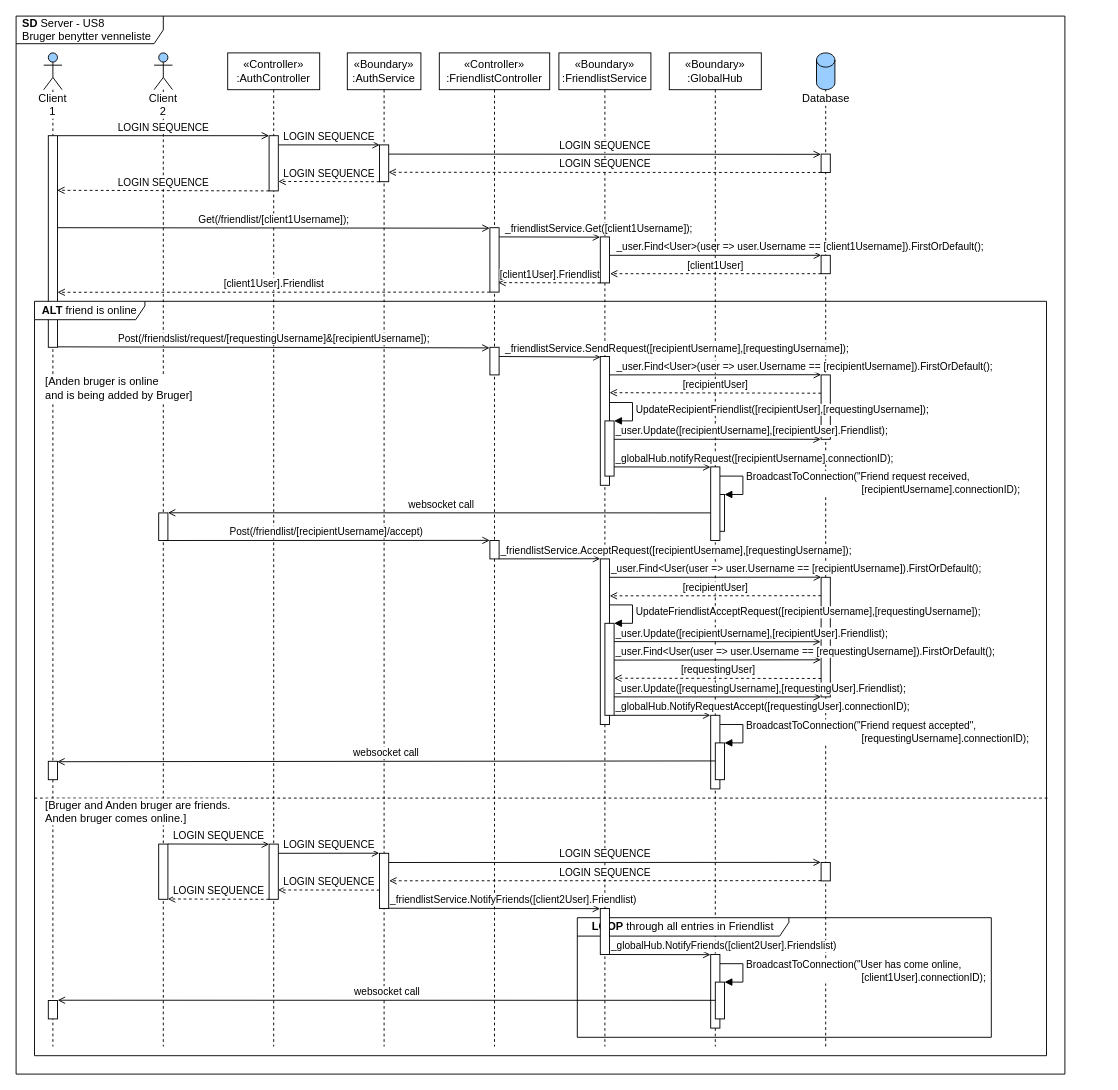
The draw.io diagram page "SD-Server" (2 of 2) of diagrams/arkitektur/US8_friendslist.drawio in Macradon/I7BAC-PlugNPlay, before the edit. Source tidied: cells renumbered, new cells numbered last; positions are measured from the earlier drawing's top-left corner, leaving out a move shared by most shapes. Both pictures are drawn from the tidied source at 92%, with x=0, y=0 at pixel (16, 16).
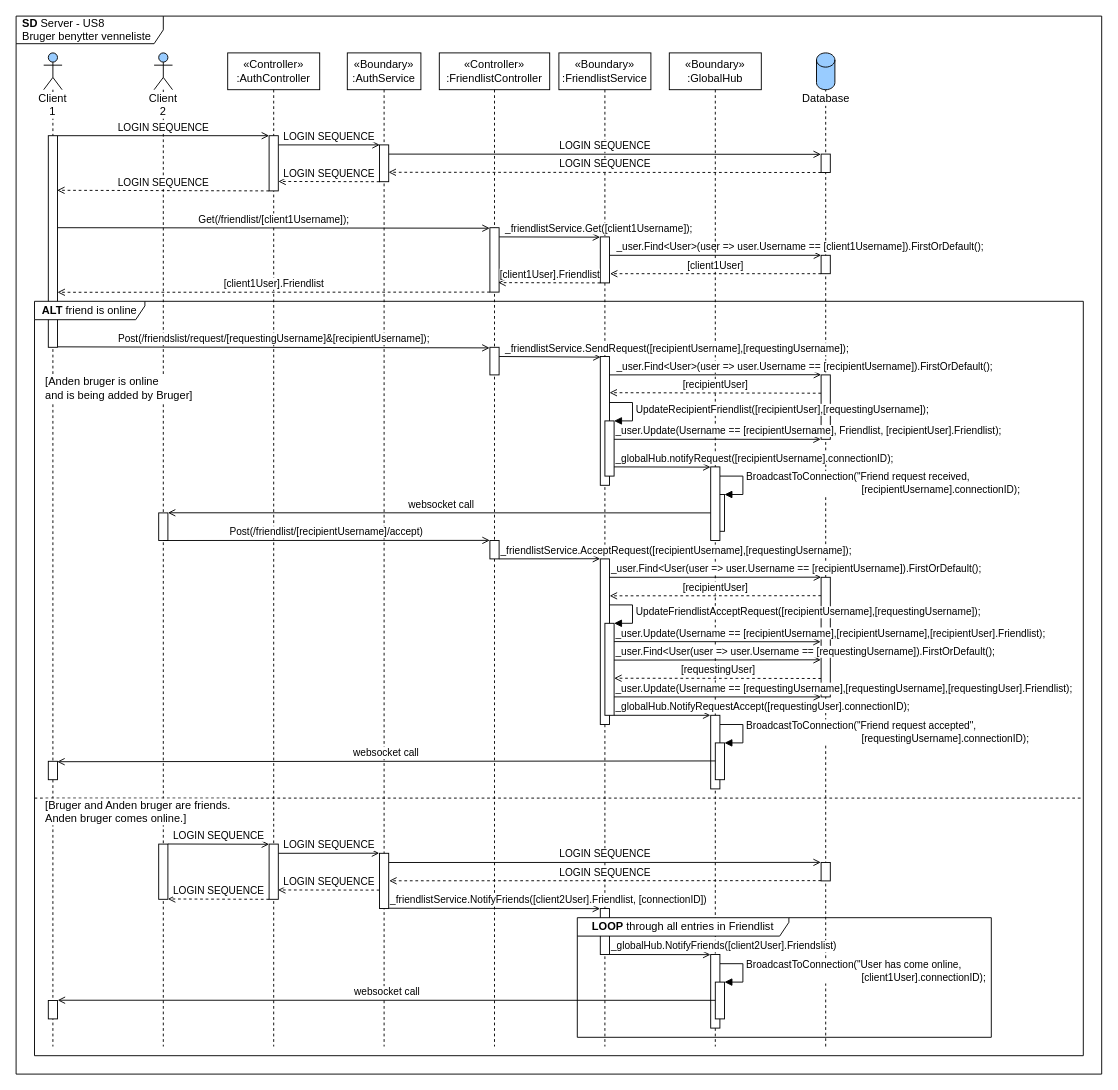
The same diagram, later.

The change refers to these unchanged cells:
```xml
<mxCell id="46" style="html=1;points=[];perimeter=orthogonalPerimeter;labelBackgroundColor=#ffffff;align=center;" parent="1" vertex="1">
  <mxGeometry x="635" y="970" width="10" height="50" as="geometry" />
</mxCell>
<mxCell id="50" style="html=1;points=[];perimeter=orthogonalPerimeter;labelBackgroundColor=#ffffff;align=center;" parent="1" vertex="1">
  <mxGeometry x="875" y="390" width="10" height="70" as="geometry" />
</mxCell>
<mxCell id="62" style="html=1;points=[];perimeter=orthogonalPerimeter;labelBackgroundColor=#ffffff;align=center;" parent="1" vertex="1">
  <mxGeometry x="875" y="610" width="10" height="130" as="geometry" />
</mxCell>
```

The edit, as a diff of the source:
```diff
@@
+    <mxCell id="89" value="&lt;b style=&quot;font-size: 12px&quot;&gt;SD&lt;/b&gt;&lt;span style=&quot;font-size: 12px&quot;&gt;&amp;nbsp;Server - US8&lt;/span&gt;&lt;br style=&quot;font-size: 12px&quot;&gt;&lt;span style=&quot;font-size: 12px&quot;&gt;Bruger benytter venneliste&lt;/span&gt;" style="shape=umlFrame;whiteSpace=wrap;html=1;width=160;height=30;boundedLbl=1;verticalAlign=middle;align=left;spacingLeft=5;fontSize=10;" parent="1" vertex="1">
+      <mxGeometry width="1180" height="1150" as="geometry" />
+    </mxCell>
@@
     <mxCell id="29" style="endArrow=none;dashed=1;html=1;" parent="1" edge="1">
       <mxGeometry relative="1" as="geometry">
         <mxPoint x="20" y="850" as="sourcePoint" />
-        <mxPoint x="1122.5" y="850" as="targetPoint" />
+        <mxPoint x="1160" y="850" as="targetPoint" />
       </mxGeometry>
     </mxCell>
@@
-    <mxCell id="37" value="&lt;b&gt;LOOP&lt;/b&gt;&amp;nbsp;through all entries in Friendlist" style="shape=umlFrame;whiteSpace=wrap;html=1;labelBackgroundColor=#ffffff;align=center;width=230;height=20;" parent="1" vertex="1">
-      <mxGeometry x="610" y="980" width="450" height="130" as="geometry" />
-    </mxCell>
@@
-    <mxCell id="68" value="_user.Update([recipientUsername],[recipientUser].Friendlist);" style="html=1;verticalAlign=bottom;endArrow=open;endFill=0;entryX=-0.042;entryY=1;entryDx=0;entryDy=0;entryPerimeter=0;align=left;" parent="1" edge="1" target="50">
+    <mxCell id="68" value="_user.Update(Username == [recipientUsername], Friendlist, [recipientUser].Friendlist);" style="html=1;verticalAlign=bottom;endArrow=open;endFill=0;entryX=-0.042;entryY=1;entryDx=0;entryDy=0;entryPerimeter=0;align=left;" parent="1" edge="1" target="50">
       <mxGeometry x="-1" relative="1" as="geometry">
         <mxPoint x="650" y="460" as="sourcePoint" />
       </mxGeometry>
     </mxCell>
@@
-    <mxCell id="73" value="_user.Update([requestingUsername],[requestingUser].Friendlist);" style="html=1;verticalAlign=bottom;endArrow=open;endFill=0;entryX=-0.013;entryY=1;entryDx=0;entryDy=0;entryPerimeter=0;align=left;" parent="1" edge="1" target="62">
+    <mxCell id="73" value="_user.Update(Username == [requestingUsername],[requestingUsername],[requestingUser].Friendlist);" style="html=1;verticalAlign=bottom;endArrow=open;endFill=0;entryX=-0.013;entryY=1;entryDx=0;entryDy=0;entryPerimeter=0;align=left;" parent="1" edge="1" target="62">
       <mxGeometry x="-1" relative="1" as="geometry">
         <mxPoint x="650" y="740" as="sourcePoint" />
       </mxGeometry>
     </mxCell>
@@
-    <mxCell id="76" value="_user.Update([recipientUsername],[recipientUser].Friendlist);" style="html=1;verticalAlign=bottom;endArrow=open;endFill=0;entryX=-0.045;entryY=0.539;entryDx=0;entryDy=0;entryPerimeter=0;align=left;" parent="1" edge="1" target="62">
+    <mxCell id="76" value="_user.Update(Username == [recipientUsername],[recipientUsername],[recipientUser].Friendlist);" style="html=1;verticalAlign=bottom;endArrow=open;endFill=0;entryX=-0.045;entryY=0.539;entryDx=0;entryDy=0;entryPerimeter=0;align=left;" parent="1" edge="1" target="62">
       <mxGeometry x="-1" relative="1" as="geometry">
         <mxPoint x="650" y="679.9" as="sourcePoint" />
       </mxGeometry>
     </mxCell>
@@
-    <mxCell id="87" value="_friendlistService.NotifyFriends([client2User].Friendlist)" style="html=1;verticalAlign=bottom;endArrow=open;endFill=0;entryX=-0.028;entryY=0.003;entryDx=0;entryDy=0;entryPerimeter=0;align=left;" parent="1" edge="1" target="46">
+    <mxCell id="87" value="_friendlistService.NotifyFriends([client2User].Friendlist, [connectionID])" style="html=1;verticalAlign=bottom;endArrow=open;endFill=0;entryX=-0.028;entryY=0.003;entryDx=0;entryDy=0;entryPerimeter=0;align=left;" parent="1" edge="1" target="46">
       <mxGeometry x="-1" relative="1" as="geometry">
         <mxPoint x="405" y="969.7" as="sourcePoint" />
       </mxGeometry>
     </mxCell>
+    <mxCell id="37" value="&lt;b&gt;LOOP&lt;/b&gt;&amp;nbsp;through all entries in Friendlist" style="shape=umlFrame;whiteSpace=wrap;html=1;labelBackgroundColor=#ffffff;align=center;width=230;height=20;" parent="1" vertex="1">
+      <mxGeometry x="610" y="980" width="450" height="130" as="geometry" />
+    </mxCell>
     <mxCell id="88" value="&lt;b&gt;ALT&lt;/b&gt;&amp;nbsp;friend is online" style="shape=umlFrame;whiteSpace=wrap;html=1;align=center;width=120;height=20;" parent="1" vertex="1">
-      <mxGeometry x="20" y="310" width="1100" height="820" as="geometry" />
+      <mxGeometry x="20" y="310" width="1140" height="820" as="geometry" />
     </mxCell>
-    <mxCell id="89" value="&lt;b style=&quot;font-size: 12px&quot;&gt;SD&lt;/b&gt;&lt;span style=&quot;font-size: 12px&quot;&gt;&amp;nbsp;Server - US8&lt;/span&gt;&lt;br style=&quot;font-size: 12px&quot;&gt;&lt;span style=&quot;font-size: 12px&quot;&gt;Bruger benytter venneliste&lt;/span&gt;" style="shape=umlFrame;whiteSpace=wrap;html=1;width=160;height=30;boundedLbl=1;verticalAlign=middle;align=left;spacingLeft=5;fontSize=10;" parent="1" vertex="1">
-      <mxGeometry width="1140" height="1150" as="geometry" />
-    </mxCell>
```
